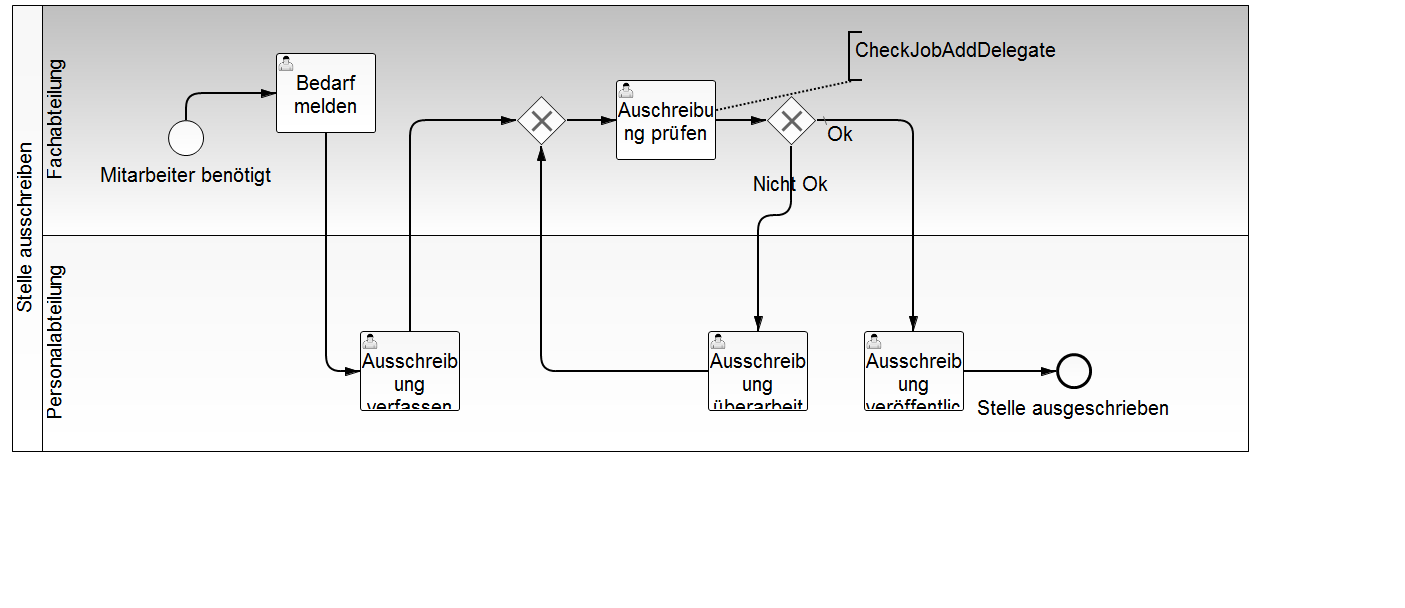
gheddie/bpmn_watcher_all_new keeps this BPMN diagram as bpmn-server/src/main/resources/BpmnIntroduction.png. Above is the earlier version. Its source is kept beside it as bpmn-server/src/main/resources/BpmnIntroduction.bpmn. Ids are renumbered.
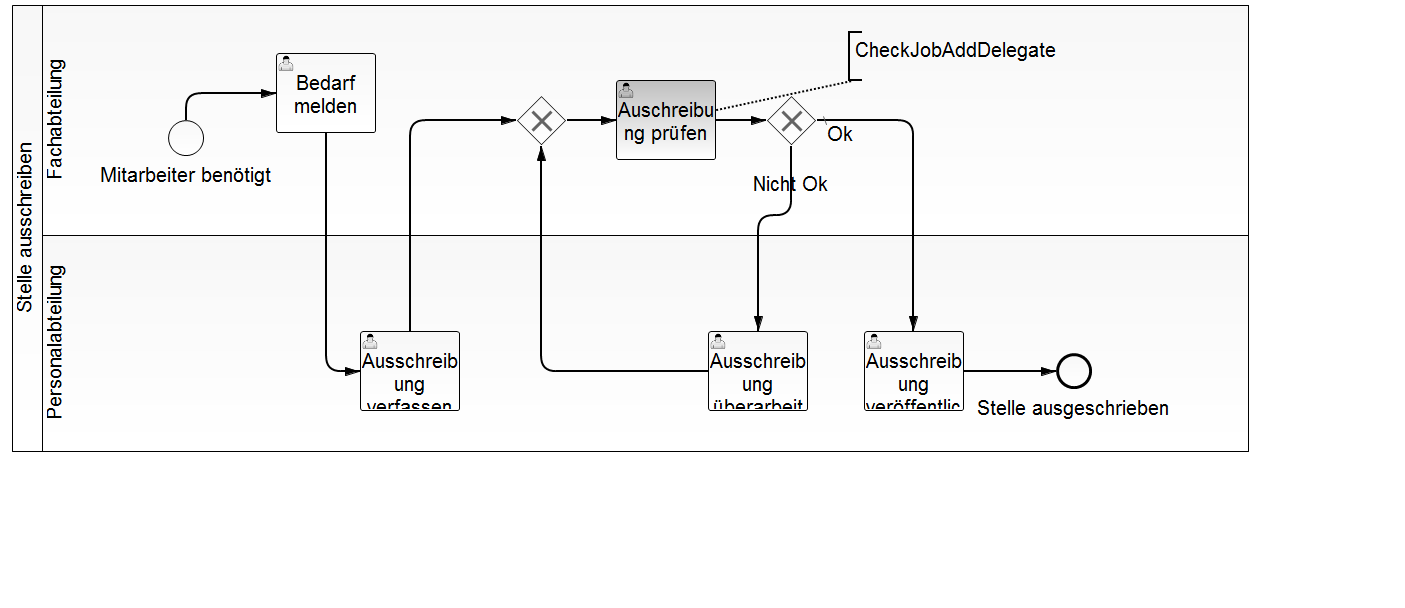
After the change.

What changed in the source:
```diff
@@ -18,7 +18,7 @@
         <bpmn2:flowNodeRef>EndEvent_1</bpmn2:flowNodeRef>
       </bpmn2:lane>
     </bpmn2:laneSet>
-    <bpmn2:userTask id="UserTask_2" name="Ausschreibung verfassen">
+    <bpmn2:userTask id="UserTask_2" camunda:assignee="demo" name="Ausschreibung verfassen">
       <bpmn2:incoming>SequenceFlow_2</bpmn2:incoming>
       <bpmn2:outgoing>SequenceFlow_3</bpmn2:outgoing>
     </bpmn2:userTask>
@@ -28,10 +28,7 @@
       <bpmn2:incoming>SequenceFlow_7</bpmn2:incoming>
       <bpmn2:outgoing>SequenceFlow_4</bpmn2:outgoing>
     </bpmn2:exclusiveGateway>
-    <bpmn2:userTask id="UserTask_3" name="Auschreibung prüfen">
-      <bpmn2:extensionElements>
-        <camunda:executionListener class="de.gravitex.bpmn.server.delegate.bpmnintroduction.CheckJobAddDelegate" event="end"/>
-      </bpmn2:extensionElements>
+    <bpmn2:userTask id="UserTask_3" camunda:assignee="demo" name="Auschreibung prüfen">
       <bpmn2:incoming>SequenceFlow_4</bpmn2:incoming>
       <bpmn2:outgoing>SequenceFlow_5</bpmn2:outgoing>
     </bpmn2:userTask>
@@ -45,13 +42,13 @@
     <bpmn2:sequenceFlow id="flowNotOk" name="Nicht Ok" sourceRef="ExclusiveGateway_2" targetRef="UserTask_4">
       <bpmn2:conditionExpression xsi:type="bpmn2:tFormalExpression">${addOk==false}</bpmn2:conditionExpression>
     </bpmn2:sequenceFlow>
-    <bpmn2:userTask id="UserTask_4" name="Ausschreibung überarbeiten">
+    <bpmn2:userTask id="UserTask_4" camunda:assignee="demo" name="Ausschreibung überarbeiten">
       <bpmn2:incoming>flowNotOk</bpmn2:incoming>
       <bpmn2:outgoing>SequenceFlow_7</bpmn2:outgoing>
     </bpmn2:userTask>
     <bpmn2:sequenceFlow id="SequenceFlow_7" name="" sourceRef="UserTask_4" targetRef="ExclusiveGateway_1"/>
     <bpmn2:sequenceFlow id="flowOk" name="Ok" sourceRef="ExclusiveGateway_2" targetRef="UserTask_5"/>
-    <bpmn2:userTask id="UserTask_5" name="Ausschreibung veröffentlichen">
+    <bpmn2:userTask id="UserTask_5" camunda:assignee="demo" name="Ausschreibung veröffentlichen">
       <bpmn2:incoming>flowOk</bpmn2:incoming>
       <bpmn2:outgoing>SequenceFlow_9</bpmn2:outgoing>
     </bpmn2:userTask>
@@ -59,7 +56,7 @@
     <bpmn2:endEvent id="EndEvent_1" name="Stelle ausgeschrieben">
       <bpmn2:incoming>SequenceFlow_9</bpmn2:incoming>
     </bpmn2:endEvent>
-    <bpmn2:userTask id="UserTask_1" camunda:candidateGroups="group1" name="Bedarf melden">
+    <bpmn2:userTask id="UserTask_1" camunda:candidateGroups="group1" camunda:assignee="demo" name="Bedarf melden">
       <bpmn2:incoming>SequenceFlow_1</bpmn2:incoming>
       <bpmn2:outgoing>SequenceFlow_2</bpmn2:outgoing>
     </bpmn2:userTask>
```
